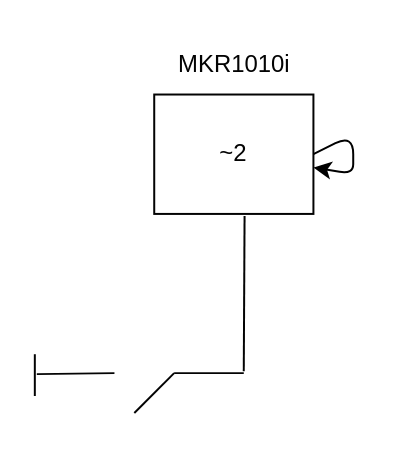
JimmyXwtx/ras keeps this draw.io diagram as docs/arduino.drawio. Above is the earlier version. Source tidied: cells renumbered, new cells numbered last; positions are measured from the earlier drawing's top-left corner, leaving out a move shared by most shapes. Both pictures are drawn from the tidied source at 199%, with x=0, y=0 at pixel (34, 34).
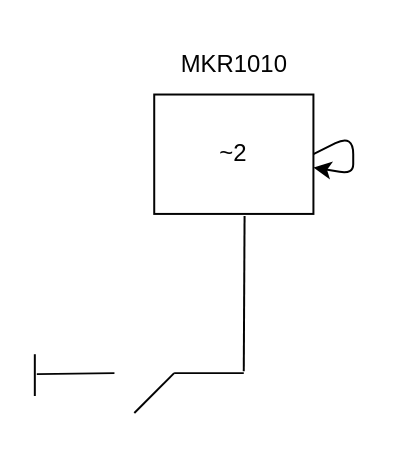
The same page after the edit.

What changed in the source:
```diff
@@
 <mxGraphModel background="#ffffff">
   <root>
     <mxCell id="0" />
     <mxCell id="1" parent="0" />
     <mxCell id="2" style="rounded=0;whiteSpace=wrap;html=1;strokeColor=#030303;fillColor=none;" parent="1" vertex="1">
       <mxGeometry x="60" y="30" width="80" height="60" as="geometry" />
     </mxCell>
     <mxCell id="3" style="edgeStyle=none;orthogonalLoop=1;jettySize=auto;html=1;strokeColor=#030303;endArrow=none;endFill=0;" parent="1" edge="1">
       <mxGeometry relative="1" as="geometry">
         <mxPoint x="1" y="170.5" as="sourcePoint" />
         <mxPoint x="40" y="170" as="targetPoint" />
       </mxGeometry>
     </mxCell>
     <mxCell id="4" style="edgeStyle=none;orthogonalLoop=1;jettySize=auto;html=1;strokeColor=#030303;endArrow=none;endFill=0;endSize=3;startSize=3;" parent="1" edge="1">
       <mxGeometry relative="1" as="geometry">
         <mxPoint y="181.5" as="sourcePoint" />
         <mxPoint y="160.5" as="targetPoint" />
       </mxGeometry>
     </mxCell>
     <mxCell id="5" style="edgeStyle=none;orthogonalLoop=1;jettySize=auto;html=1;strokeColor=#030303;endArrow=none;endFill=0;" parent="1" edge="1">
       <mxGeometry relative="1" as="geometry">
         <mxPoint x="50" y="190" as="sourcePoint" />
         <mxPoint x="70" y="170" as="targetPoint" />
       </mxGeometry>
     </mxCell>
     <mxCell id="6" style="edgeStyle=none;orthogonalLoop=1;jettySize=auto;html=1;strokeColor=#030303;endArrow=none;endFill=0;" parent="1" edge="1">
       <mxGeometry relative="1" as="geometry">
         <mxPoint x="70" y="170" as="sourcePoint" />
         <mxPoint x="105" y="170" as="targetPoint" />
       </mxGeometry>
     </mxCell>
     <mxCell id="7" style="edgeStyle=none;orthogonalLoop=1;jettySize=auto;html=1;strokeColor=#030303;endArrow=none;endFill=0;entryX=0.369;entryY=1.034;entryDx=0;entryDy=0;entryPerimeter=0;" parent="1" edge="1">
       <mxGeometry relative="1" as="geometry">
         <mxPoint x="105" y="169" as="sourcePoint" />
         <mxPoint x="105.4" y="91" as="targetPoint" />
       </mxGeometry>
     </mxCell>
     <mxCell id="8" value="&lt;font color=&quot;#030303&quot;&gt;~2&lt;/font&gt;" style="text;html=1;strokeColor=none;fillColor=none;align=center;verticalAlign=middle;whiteSpace=wrap;rounded=0;" parent="1" vertex="1">
       <mxGeometry x="70" y="45" width="60" height="30" as="geometry" />
     </mxCell>
-    <mxCell id="9" value="&lt;font color=&quot;#030303&quot;&gt;MKR1010i&lt;/font&gt;" style="text;html=1;align=center;verticalAlign=middle;strokeColor=none;fillColor=none;" parent="1" vertex="1">
+    <mxCell id="9" value="&lt;font color=&quot;#030303&quot;&gt;MKR1010&lt;/font&gt;" style="text;html=1;align=center;verticalAlign=middle;strokeColor=none;fillColor=none;" parent="1" vertex="1">
       <mxGeometry x="60" width="80" height="30" as="geometry" />
     </mxCell>
     <mxCell id="10" style="edgeStyle=none;html=1;exitX=1;exitY=0.5;exitDx=0;exitDy=0;" parent="1" edge="1" source="2" target="2">
       <mxGeometry relative="1" as="geometry" />
     </mxCell>
   </root>
 </mxGraphModel>
```
